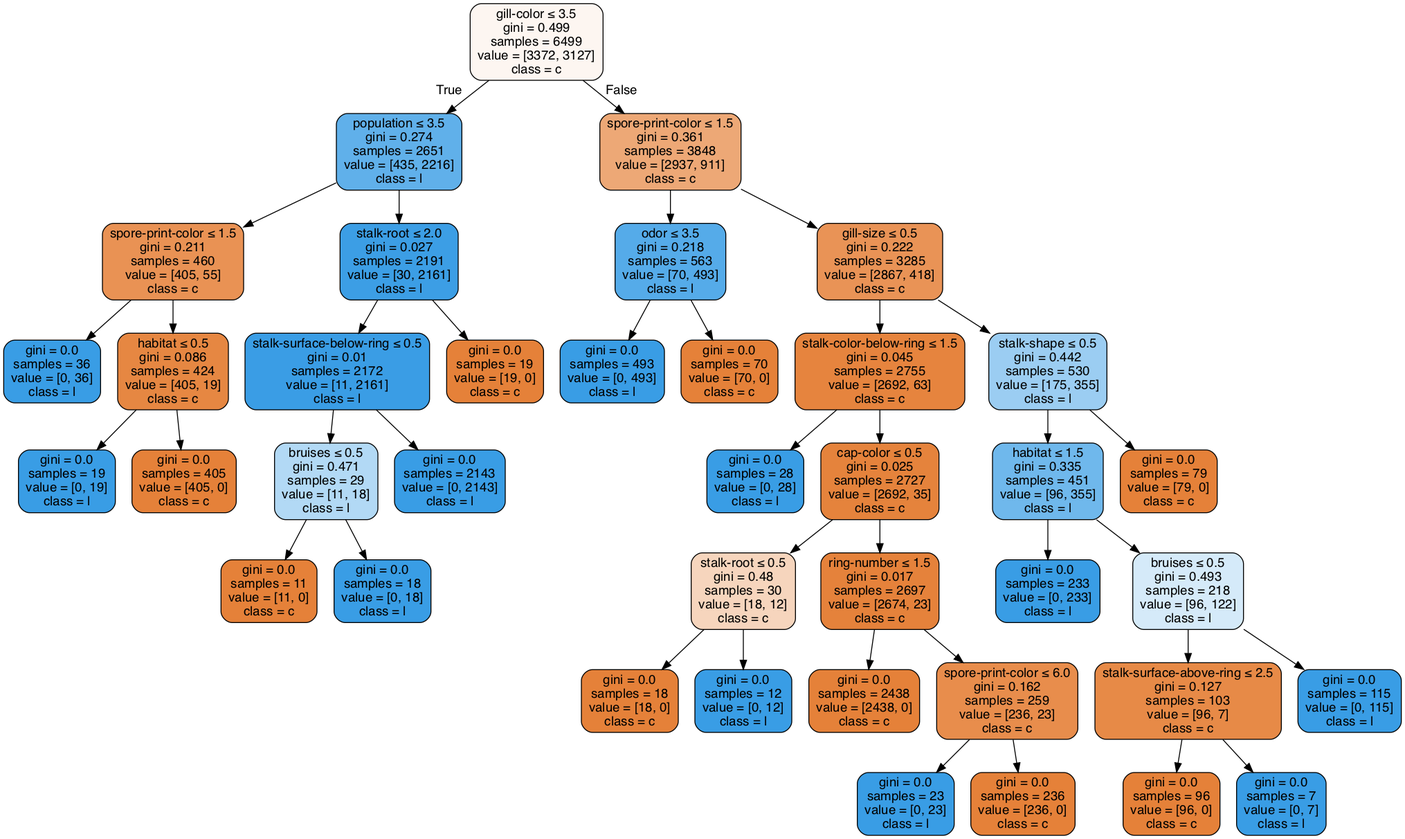
Before: Lab02/clf-80-20.gv.png, a diagram exported from Graphviz (anhle199/Intro2AI-HCMUS). Its source is kept beside it as Lab02/clf-80-20.gv.
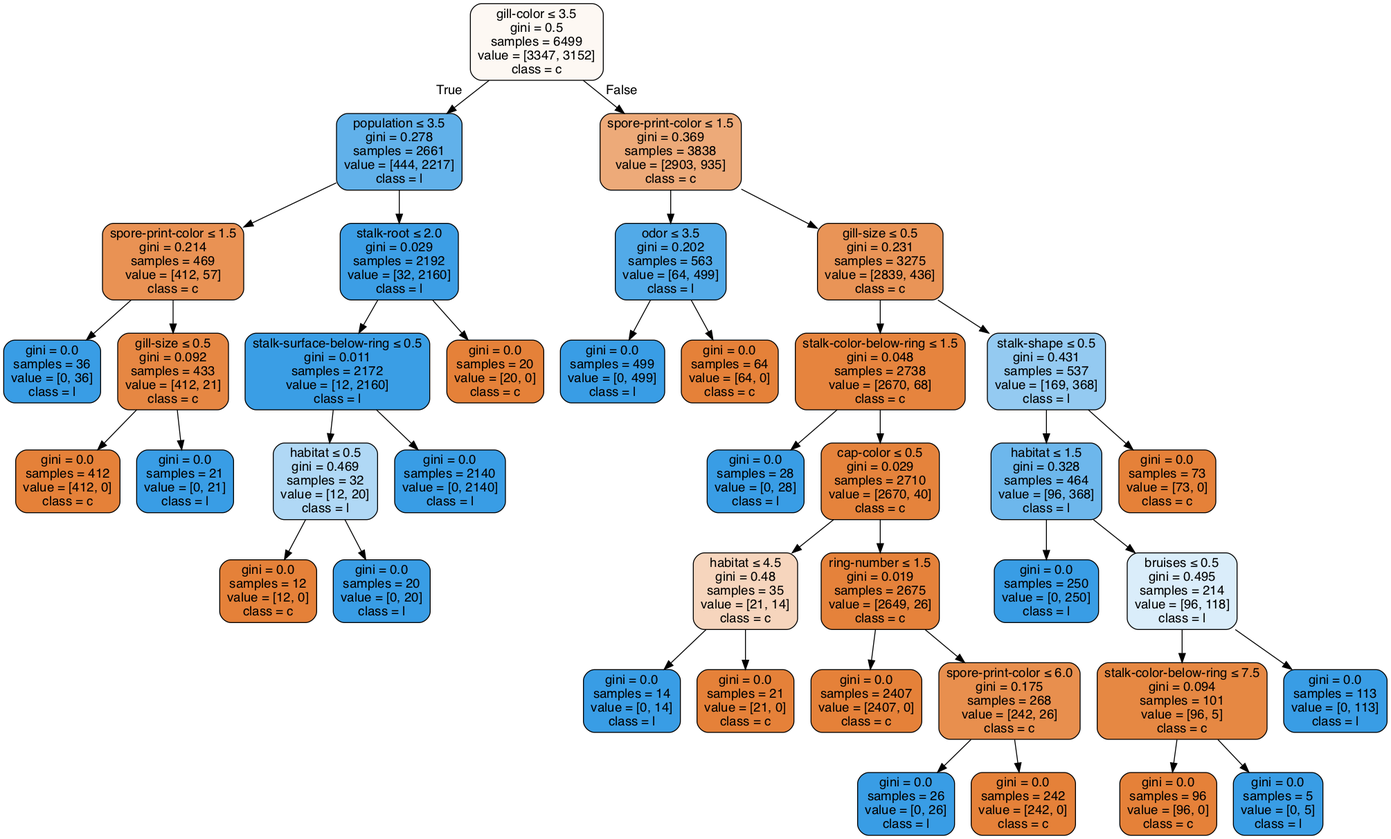
The same file after the commit.

The edit, as a diff of the source:
```diff
@@ -1,81 +1,81 @@
 digraph Tree {
 node [shape=box, style="filled, rounded", color="black", fontname=helvetica] ;
 edge [fontname=helvetica] ;
-0 [label=<gill-color &le; 3.5<br/>gini = 0.499<br/>samples = 6499<br/>value = [3372, 3127]<br/>class = c>, fillcolor="#fdf6f1"] ;
-1 [label=<population &le; 3.5<br/>gini = 0.274<br/>samples = 2651<br/>value = [435, 2216]<br/>class = l>, fillcolor="#60b0ea"] ;
+0 [label=<gill-color &le; 3.5<br/>gini = 0.5<br/>samples = 6499<br/>value = [3347, 3152]<br/>class = c>, fillcolor="#fdf8f3"] ;
+1 [label=<population &le; 3.5<br/>gini = 0.278<br/>samples = 2661<br/>value = [444, 2217]<br/>class = l>, fillcolor="#61b1ea"] ;
 0 -> 1 [labeldistance=2.5, labelangle=45, headlabel="True"] ;
-2 [label=<spore-print-color &le; 1.5<br/>gini = 0.211<br/>samples = 460<br/>value = [405, 55]<br/>class = c>, fillcolor="#e99254"] ;
+2 [label=<spore-print-color &le; 1.5<br/>gini = 0.214<br/>samples = 469<br/>value = [412, 57]<br/>class = c>, fillcolor="#e99254"] ;
 1 -> 2 ;
 3 [label=<gini = 0.0<br/>samples = 36<br/>value = [0, 36]<br/>class = l>, fillcolor="#399de5"] ;
 2 -> 3 ;
-4 [label=<habitat &le; 0.5<br/>gini = 0.086<br/>samples = 424<br/>value = [405, 19]<br/>class = c>, fillcolor="#e68742"] ;
+4 [label=<gill-size &le; 0.5<br/>gini = 0.092<br/>samples = 433<br/>value = [412, 21]<br/>class = c>, fillcolor="#e68743"] ;
 2 -> 4 ;
-5 [label=<gini = 0.0<br/>samples = 19<br/>value = [0, 19]<br/>class = l>, fillcolor="#399de5"] ;
+5 [label=<gini = 0.0<br/>samples = 412<br/>value = [412, 0]<br/>class = c>, fillcolor="#e58139"] ;
 4 -> 5 ;
-6 [label=<gini = 0.0<br/>samples = 405<br/>value = [405, 0]<br/>class = c>, fillcolor="#e58139"] ;
+6 [label=<gini = 0.0<br/>samples = 21<br/>value = [0, 21]<br/>class = l>, fillcolor="#399de5"] ;
 4 -> 6 ;
-7 [label=<stalk-root &le; 2.0<br/>gini = 0.027<br/>samples = 2191<br/>value = [30, 2161]<br/>class = l>, fillcolor="#3c9ee5"] ;
+7 [label=<stalk-root &le; 2.0<br/>gini = 0.029<br/>samples = 2192<br/>value = [32, 2160]<br/>class = l>, fillcolor="#3c9ee5"] ;
 1 -> 7 ;
-8 [label=<stalk-surface-below-ring &le; 0.5<br/>gini = 0.01<br/>samples = 2172<br/>value = [11, 2161]<br/>class = l>, fillcolor="#3a9de5"] ;
+8 [label=<stalk-surface-below-ring &le; 0.5<br/>gini = 0.011<br/>samples = 2172<br/>value = [12, 2160]<br/>class = l>, fillcolor="#3a9ee5"] ;
 7 -> 8 ;
-9 [label=<bruises &le; 0.5<br/>gini = 0.471<br/>samples = 29<br/>value = [11, 18]<br/>class = l>, fillcolor="#b2d9f5"] ;
+9 [label=<habitat &le; 0.5<br/>gini = 0.469<br/>samples = 32<br/>value = [12, 20]<br/>class = l>, fillcolor="#b0d8f5"] ;
 8 -> 9 ;
-10 [label=<gini = 0.0<br/>samples = 11<br/>value = [11, 0]<br/>class = c>, fillcolor="#e58139"] ;
+10 [label=<gini = 0.0<br/>samples = 12<br/>value = [12, 0]<br/>class = c>, fillcolor="#e58139"] ;
 9 -> 10 ;
-11 [label=<gini = 0.0<br/>samples = 18<br/>value = [0, 18]<br/>class = l>, fillcolor="#399de5"] ;
+11 [label=<gini = 0.0<br/>samples = 20<br/>value = [0, 20]<br/>class = l>, fillcolor="#399de5"] ;
 9 -> 11 ;
-12 [label=<gini = 0.0<br/>samples = 2143<br/>value = [0, 2143]<br/>class = l>, fillcolor="#399de5"] ;
+12 [label=<gini = 0.0<br/>samples = 2140<br/>value = [0, 2140]<br/>class = l>, fillcolor="#399de5"] ;
 8 -> 12 ;
-13 [label=<gini = 0.0<br/>samples = 19<br/>value = [19, 0]<br/>class = c>, fillcolor="#e58139"] ;
+13 [label=<gini = 0.0<br/>samples = 20<br/>value = [20, 0]<br/>class = c>, fillcolor="#e58139"] ;
 7 -> 13 ;
-14 [label=<spore-print-color &le; 1.5<br/>gini = 0.361<br/>samples = 3848<br/>value = [2937, 911]<br/>class = c>, fillcolor="#eda876"] ;
+14 [label=<spore-print-color &le; 1.5<br/>gini = 0.369<br/>samples = 3838<br/>value = [2903, 935]<br/>class = c>, fillcolor="#edaa79"] ;
 0 -> 14 [labeldistance=2.5, labelangle=-45, headlabel="False"] ;
-15 [label=<odor &le; 3.5<br/>gini = 0.218<br/>samples = 563<br/>value = [70, 493]<br/>class = l>, fillcolor="#55abe9"] ;
+15 [label=<odor &le; 3.5<br/>gini = 0.202<br/>samples = 563<br/>value = [64, 499]<br/>class = l>, fillcolor="#52aae8"] ;
 14 -> 15 ;
-16 [label=<gini = 0.0<br/>samples = 493<br/>value = [0, 493]<br/>class = l>, fillcolor="#399de5"] ;
+16 [label=<gini = 0.0<br/>samples = 499<br/>value = [0, 499]<br/>class = l>, fillcolor="#399de5"] ;
 15 -> 16 ;
-17 [label=<gini = 0.0<br/>samples = 70<br/>value = [70, 0]<br/>class = c>, fillcolor="#e58139"] ;
+17 [label=<gini = 0.0<br/>samples = 64<br/>value = [64, 0]<br/>class = c>, fillcolor="#e58139"] ;
 15 -> 17 ;
-18 [label=<gill-size &le; 0.5<br/>gini = 0.222<br/>samples = 3285<br/>value = [2867, 418]<br/>class = c>, fillcolor="#e99356"] ;
+18 [label=<gill-size &le; 0.5<br/>gini = 0.231<br/>samples = 3275<br/>value = [2839, 436]<br/>class = c>, fillcolor="#e99457"] ;
 14 -> 18 ;
-19 [label=<stalk-color-below-ring &le; 1.5<br/>gini = 0.045<br/>samples = 2755<br/>value = [2692, 63]<br/>class = c>, fillcolor="#e6843e"] ;
+19 [label=<stalk-color-below-ring &le; 1.5<br/>gini = 0.048<br/>samples = 2738<br/>value = [2670, 68]<br/>class = c>, fillcolor="#e6843e"] ;
 18 -> 19 ;
 20 [label=<gini = 0.0<br/>samples = 28<br/>value = [0, 28]<br/>class = l>, fillcolor="#399de5"] ;
 19 -> 20 ;
-21 [label=<cap-color &le; 0.5<br/>gini = 0.025<br/>samples = 2727<br/>value = [2692, 35]<br/>class = c>, fillcolor="#e5833c"] ;
+21 [label=<cap-color &le; 0.5<br/>gini = 0.029<br/>samples = 2710<br/>value = [2670, 40]<br/>class = c>, fillcolor="#e5833c"] ;
 19 -> 21 ;
-22 [label=<stalk-root &le; 0.5<br/>gini = 0.48<br/>samples = 30<br/>value = [18, 12]<br/>class = c>, fillcolor="#f6d5bd"] ;
+22 [label=<habitat &le; 4.5<br/>gini = 0.48<br/>samples = 35<br/>value = [21, 14]<br/>class = c>, fillcolor="#f6d5bd"] ;
 21 -> 22 ;
-23 [label=<gini = 0.0<br/>samples = 18<br/>value = [18, 0]<br/>class = c>, fillcolor="#e58139"] ;
+23 [label=<gini = 0.0<br/>samples = 14<br/>value = [0, 14]<br/>class = l>, fillcolor="#399de5"] ;
 22 -> 23 ;
-24 [label=<gini = 0.0<br/>samples = 12<br/>value = [0, 12]<br/>class = l>, fillcolor="#399de5"] ;
+24 [label=<gini = 0.0<br/>samples = 21<br/>value = [21, 0]<br/>class = c>, fillcolor="#e58139"] ;
 22 -> 24 ;
-25 [label=<ring-number &le; 1.5<br/>gini = 0.017<br/>samples = 2697<br/>value = [2674, 23]<br/>class = c>, fillcolor="#e5823b"] ;
+25 [label=<ring-number &le; 1.5<br/>gini = 0.019<br/>samples = 2675<br/>value = [2649, 26]<br/>class = c>, fillcolor="#e5823b"] ;
 21 -> 25 ;
-26 [label=<gini = 0.0<br/>samples = 2438<br/>value = [2438, 0]<br/>class = c>, fillcolor="#e58139"] ;
+26 [label=<gini = 0.0<br/>samples = 2407<br/>value = [2407, 0]<br/>class = c>, fillcolor="#e58139"] ;
 25 -> 26 ;
-27 [label=<spore-print-color &le; 6.0<br/>gini = 0.162<br/>samples = 259<br/>value = [236, 23]<br/>class = c>, fillcolor="#e88d4c"] ;
+27 [label=<spore-print-color &le; 6.0<br/>gini = 0.175<br/>samples = 268<br/>value = [242, 26]<br/>class = c>, fillcolor="#e88f4e"] ;
 25 -> 27 ;
-28 [label=<gini = 0.0<br/>samples = 23<br/>value = [0, 23]<br/>class = l>, fillcolor="#399de5"] ;
+28 [label=<gini = 0.0<br/>samples = 26<br/>value = [0, 26]<br/>class = l>, fillcolor="#399de5"] ;
 27 -> 28 ;
-29 [label=<gini = 0.0<br/>samples = 236<br/>value = [236, 0]<br/>class = c>, fillcolor="#e58139"] ;
+29 [label=<gini = 0.0<br/>samples = 242<br/>value = [242, 0]<br/>class = c>, fillcolor="#e58139"] ;
 27 -> 29 ;
-30 [label=<stalk-shape &le; 0.5<br/>gini = 0.442<br/>samples = 530<br/>value = [175, 355]<br/>class = l>, fillcolor="#9bcdf2"] ;
+30 [label=<stalk-shape &le; 0.5<br/>gini = 0.431<br/>samples = 537<br/>value = [169, 368]<br/>class = l>, fillcolor="#94caf1"] ;
 18 -> 30 ;
-31 [label=<habitat &le; 1.5<br/>gini = 0.335<br/>samples = 451<br/>value = [96, 355]<br/>class = l>, fillcolor="#6fb8ec"] ;
+31 [label=<habitat &le; 1.5<br/>gini = 0.328<br/>samples = 464<br/>value = [96, 368]<br/>class = l>, fillcolor="#6db7ec"] ;
 30 -> 31 ;
-32 [label=<gini = 0.0<br/>samples = 233<br/>value = [0, 233]<br/>class = l>, fillcolor="#399de5"] ;
+32 [label=<gini = 0.0<br/>samples = 250<br/>value = [0, 250]<br/>class = l>, fillcolor="#399de5"] ;
 31 -> 32 ;
-33 [label=<bruises &le; 0.5<br/>gini = 0.493<br/>samples = 218<br/>value = [96, 122]<br/>class = l>, fillcolor="#d5eaf9"] ;
+33 [label=<bruises &le; 0.5<br/>gini = 0.495<br/>samples = 214<br/>value = [96, 118]<br/>class = l>, fillcolor="#daedfa"] ;
 31 -> 33 ;
-34 [label=<stalk-surface-above-ring &le; 2.5<br/>gini = 0.127<br/>samples = 103<br/>value = [96, 7]<br/>class = c>, fillcolor="#e78a47"] ;
+34 [label=<stalk-color-below-ring &le; 7.5<br/>gini = 0.094<br/>samples = 101<br/>value = [96, 5]<br/>class = c>, fillcolor="#e68843"] ;
 33 -> 34 ;
 35 [label=<gini = 0.0<br/>samples = 96<br/>value = [96, 0]<br/>class = c>, fillcolor="#e58139"] ;
 34 -> 35 ;
-36 [label=<gini = 0.0<br/>samples = 7<br/>value = [0, 7]<br/>class = l>, fillcolor="#399de5"] ;
+36 [label=<gini = 0.0<br/>samples = 5<br/>value = [0, 5]<br/>class = l>, fillcolor="#399de5"] ;
 34 -> 36 ;
-37 [label=<gini = 0.0<br/>samples = 115<br/>value = [0, 115]<br/>class = l>, fillcolor="#399de5"] ;
+37 [label=<gini = 0.0<br/>samples = 113<br/>value = [0, 113]<br/>class = l>, fillcolor="#399de5"] ;
 33 -> 37 ;
-38 [label=<gini = 0.0<br/>samples = 79<br/>value = [79, 0]<br/>class = c>, fillcolor="#e58139"] ;
+38 [label=<gini = 0.0<br/>samples = 73<br/>value = [73, 0]<br/>class = c>, fillcolor="#e58139"] ;
 30 -> 38 ;
 }
```
